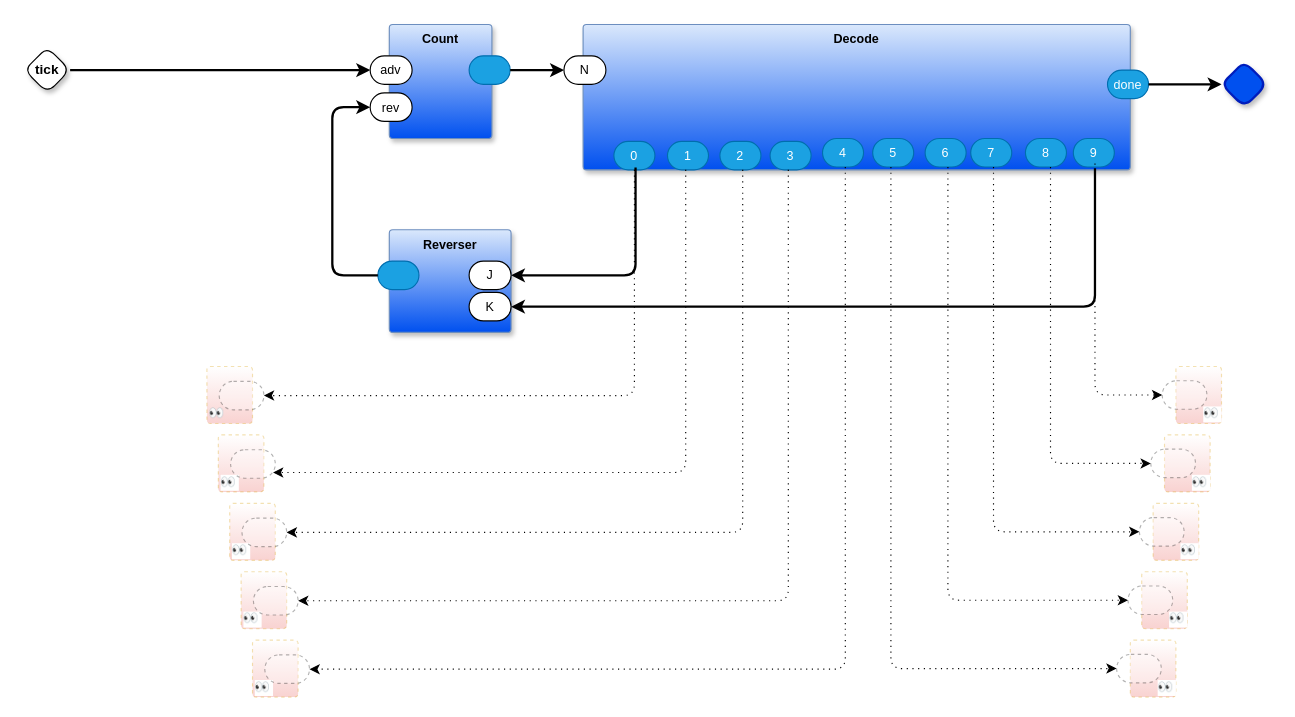
Above: page "bulk" (2 of 2) of larsen/scanner3/scanner3.drawio in guitarvydas/pong1d (draw.io), before the change. Source tidied: cells renumbered, new cells numbered last; positions are measured from the earlier drawing's top-left corner, leaving out a move shared by most shapes. Both pictures are drawn from the tidied source at 114%, with x=0, y=0 at pixel (24, 24).
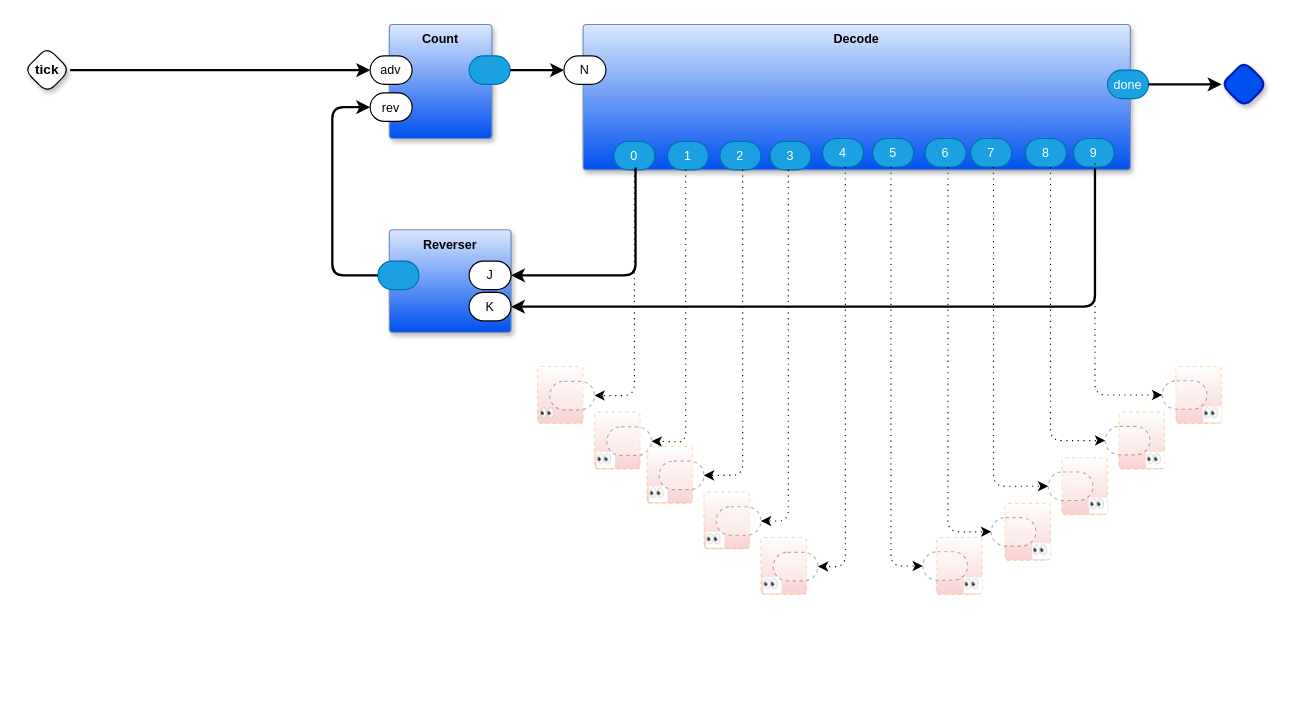
Above is the later version.

Unchanged cells that the change refers to:
```xml
<mxCell id="15" value="8" style="rounded=1;whiteSpace=wrap;html=1;sketch=0;points=[[0,0.5,0,0,0],[1,0.5,0,0,0]];fillColor=#1ba1e2;fontColor=#ffffff;strokeColor=#006EAF;arcSize=50;fontFamily=Helvetica;fontSize=11;" parent="13" vertex="1">
  <mxGeometry x="388" y="100" width="36" height="25" as="geometry" />
</mxCell>
<mxCell id="17" value="7" style="rounded=1;whiteSpace=wrap;html=1;sketch=0;points=[[0,0.5,0,0,0],[1,0.5,0,0,0]];fillColor=#1ba1e2;fontColor=#ffffff;strokeColor=#006EAF;arcSize=50;fontFamily=Helvetica;fontSize=11;" parent="13" vertex="1">
  <mxGeometry x="340" y="100" width="36" height="25" as="geometry" />
</mxCell>
<mxCell id="18" value="6" style="rounded=1;whiteSpace=wrap;html=1;sketch=0;points=[[0,0.5,0,0,0],[1,0.5,0,0,0]];fillColor=#1ba1e2;fontColor=#ffffff;strokeColor=#006EAF;arcSize=50;fontFamily=Helvetica;fontSize=11;" parent="13" vertex="1">
  <mxGeometry x="300" y="100" width="36" height="25" as="geometry" />
</mxCell>
<mxCell id="19" value="5" style="rounded=1;whiteSpace=wrap;html=1;sketch=0;points=[[0,0.5,0,0,0],[1,0.5,0,0,0]];fillColor=#1ba1e2;fontColor=#ffffff;strokeColor=#006EAF;arcSize=50;fontFamily=Helvetica;fontSize=11;" parent="13" vertex="1">
  <mxGeometry x="254" y="100" width="36" height="25" as="geometry" />
</mxCell>
<mxCell id="20" value="4" style="rounded=1;whiteSpace=wrap;html=1;sketch=0;points=[[0,0.5,0,0,0],[1,0.5,0,0,0]];fillColor=#1ba1e2;fontColor=#ffffff;strokeColor=#006EAF;arcSize=50;fontFamily=Helvetica;fontSize=11;" parent="13" vertex="1">
  <mxGeometry x="210" y="100" width="36" height="25" as="geometry" />
</mxCell>
<mxCell id="21" value="3" style="rounded=1;whiteSpace=wrap;html=1;sketch=0;points=[[0,0.5,0,0,0],[1,0.5,0,0,0]];fillColor=#1ba1e2;fontColor=#ffffff;strokeColor=#006EAF;arcSize=50;fontFamily=Helvetica;fontSize=11;" parent="13" vertex="1">
  <mxGeometry x="164" y="102.5" width="36" height="25" as="geometry" />
</mxCell>
<mxCell id="22" value="2" style="rounded=1;whiteSpace=wrap;html=1;sketch=0;points=[[0,0.5,0,0,0],[1,0.5,0,0,0]];fillColor=#1ba1e2;fontColor=#ffffff;strokeColor=#006EAF;arcSize=50;fontFamily=Helvetica;fontSize=11;" parent="13" vertex="1">
  <mxGeometry x="120" y="102.5" width="36" height="25" as="geometry" />
</mxCell>
<mxCell id="23" value="1" style="rounded=1;whiteSpace=wrap;html=1;sketch=0;points=[[0,0.5,0,0,0],[1,0.5,0,0,0]];fillColor=#1ba1e2;fontColor=#ffffff;strokeColor=#006EAF;arcSize=50;fontFamily=Helvetica;fontSize=11;" parent="13" vertex="1">
  <mxGeometry x="74" y="102.5" width="36" height="25" as="geometry" />
</mxCell>
<mxCell id="33" style="rounded=1;whiteSpace=wrap;html=1;sketch=0;points=[[0,0.5,0,0,0],[1,0.5,0,0,0]];arcSize=50;fontFamily=Helvetica;fontSize=11;fontColor=default;dashed=1;textOpacity=50;opacity=30;fontStyle=0;labelBackgroundColor=default;" parent="32" vertex="1">
  <mxGeometry x="-12" y="12.5" width="39.2" height="25" as="geometry" />
</mxCell>
<mxCell id="35" style="rounded=1;whiteSpace=wrap;html=1;sketch=0;points=[[0,0.5,0,0,0],[1,0.5,0,0,0]];arcSize=50;fontFamily=Helvetica;fontSize=11;fontColor=default;dashed=1;textOpacity=50;opacity=30;fontStyle=0;labelBackgroundColor=default;" parent="34" vertex="1">
  <mxGeometry x="-12" y="12.5" width="39.2" height="25" as="geometry" />
</mxCell>
<mxCell id="37" style="rounded=1;whiteSpace=wrap;html=1;sketch=0;points=[[0,0.5,0,0,0],[1,0.5,0,0,0]];arcSize=50;fontFamily=Helvetica;fontSize=11;fontColor=default;dashed=1;textOpacity=50;opacity=30;fontStyle=0;labelBackgroundColor=default;" parent="36" vertex="1">
  <mxGeometry x="-12" y="12.5" width="39.2" height="25" as="geometry" />
</mxCell>
<mxCell id="39" style="rounded=1;whiteSpace=wrap;html=1;sketch=0;points=[[0,0.5,0,0,0],[1,0.5,0,0,0]];arcSize=50;fontFamily=Helvetica;fontSize=11;fontColor=default;dashed=1;textOpacity=50;opacity=30;fontStyle=0;labelBackgroundColor=default;" parent="38" vertex="1">
  <mxGeometry x="-12" y="12.5" width="39.2" height="25" as="geometry" />
</mxCell>
<mxCell id="47" style="rounded=1;whiteSpace=wrap;html=1;sketch=0;points=[[0,0.5,0,0,0],[1,0.5,0,0,0]];arcSize=50;fontFamily=Helvetica;fontSize=11;fontColor=default;dashed=1;textOpacity=50;opacity=30;fontStyle=0;labelBackgroundColor=default;" parent="46" vertex="1">
  <mxGeometry x="10.8" y="13" width="39.2" height="25" as="geometry" />
</mxCell>
<mxCell id="49" style="rounded=1;whiteSpace=wrap;html=1;sketch=0;points=[[0,0.5,0,0,0],[1,0.5,0,0,0]];arcSize=50;fontFamily=Helvetica;fontSize=11;fontColor=default;dashed=1;textOpacity=50;opacity=30;fontStyle=0;labelBackgroundColor=default;" parent="48" vertex="1">
  <mxGeometry x="10.8" y="13" width="39.2" height="25" as="geometry" />
</mxCell>
<mxCell id="51" style="rounded=1;whiteSpace=wrap;html=1;sketch=0;points=[[0,0.5,0,0,0],[1,0.5,0,0,0]];arcSize=50;fontFamily=Helvetica;fontSize=11;fontColor=default;dashed=1;textOpacity=50;opacity=30;fontStyle=0;labelBackgroundColor=default;" parent="50" vertex="1">
  <mxGeometry x="10.8" y="13" width="39.2" height="25" as="geometry" />
</mxCell>
<mxCell id="53" style="rounded=1;whiteSpace=wrap;html=1;sketch=0;points=[[0,0.5,0,0,0],[1,0.5,0,0,0]];arcSize=50;fontFamily=Helvetica;fontSize=11;fontColor=default;dashed=1;textOpacity=50;opacity=30;fontStyle=0;labelBackgroundColor=default;" parent="52" vertex="1">
  <mxGeometry x="10.8" y="13" width="39.2" height="25" as="geometry" />
</mxCell>
```

Diff of the diagram source:
```diff
@@
     <mxCell id="32" value="👀" style="rounded=1;sketch=0;verticalAlign=bottom;arcSize=6;fontStyle=0;absoluteArcSize=1;shadow=0;strokeColor=#d79b00;fillColor=#FFFFFF;fontFamily=Helvetica;fontSize=11;dashed=1;opacity=30;align=right;gradientColor=#EA6B66;fontColor=default;labelBackgroundColor=default;" parent="1" vertex="1">
-      <mxGeometry x="1000" y="360" width="40" height="50" as="geometry" />
+      <mxGeometry x="960" y="340" width="40" height="50" as="geometry" />
     </mxCell>
@@
     <mxCell id="34" value="👀" style="rounded=1;sketch=0;verticalAlign=bottom;arcSize=6;fontStyle=0;absoluteArcSize=1;shadow=0;strokeColor=#d79b00;fillColor=#FFFFFF;fontFamily=Helvetica;fontSize=11;dashed=1;opacity=30;align=right;gradientColor=#EA6B66;fontColor=default;labelBackgroundColor=default;" parent="1" vertex="1">
-      <mxGeometry x="990" y="420" width="40" height="50" as="geometry" />
+      <mxGeometry x="910" y="380" width="40" height="50" as="geometry" />
     </mxCell>
@@
     <mxCell id="36" value="👀" style="rounded=1;sketch=0;verticalAlign=bottom;arcSize=6;fontStyle=0;absoluteArcSize=1;shadow=0;strokeColor=#d79b00;fillColor=#FFFFFF;fontFamily=Helvetica;fontSize=11;dashed=1;opacity=30;align=right;gradientColor=#EA6B66;fontColor=default;labelBackgroundColor=default;" parent="1" vertex="1">
-      <mxGeometry x="980" y="480" width="40" height="50" as="geometry" />
+      <mxGeometry x="860" y="420" width="40" height="50" as="geometry" />
     </mxCell>
@@
     <mxCell id="38" value="👀" style="rounded=1;sketch=0;verticalAlign=bottom;arcSize=6;fontStyle=0;absoluteArcSize=1;shadow=0;strokeColor=#d79b00;fillColor=#FFFFFF;fontFamily=Helvetica;fontSize=11;dashed=1;opacity=30;align=right;gradientColor=#EA6B66;fontColor=default;labelBackgroundColor=default;" parent="1" vertex="1">
-      <mxGeometry x="970" y="540" width="40" height="50" as="geometry" />
+      <mxGeometry x="800" y="450" width="40" height="50" as="geometry" />
     </mxCell>
@@
     <mxCell id="40" value="👀" style="rounded=1;sketch=0;verticalAlign=bottom;arcSize=6;fontStyle=0;absoluteArcSize=1;shadow=0;strokeColor=#d79b00;fillColor=#FFFFFF;fontFamily=Helvetica;fontSize=11;dashed=1;opacity=30;align=left;gradientColor=#EA6B66;fontColor=default;labelBackgroundColor=none;" parent="1" vertex="1">
-      <mxGeometry x="160" y="300" width="40" height="50" as="geometry" />
+      <mxGeometry x="450" y="300" width="40" height="50" as="geometry" />
     </mxCell>
@@
     <mxCell id="42" style="edgeStyle=orthogonalEdgeStyle;shape=connector;curved=0;rounded=1;jettySize=auto;html=1;entryX=0;entryY=0.5;entryDx=0;entryDy=0;entryPerimeter=0;dashed=1;dashPattern=1 4;strokeColor=default;strokeWidth=1;align=center;verticalAlign=middle;fontFamily=Helvetica;fontSize=11;fontColor=default;labelBackgroundColor=default;endArrow=classic;" parent="1" edge="1" source="15" target="33">
       <mxGeometry relative="1" as="geometry">
         <Array as="points">
-          <mxPoint x="900" y="385" />
+          <mxPoint x="900" y="365" />
         </Array>
       </mxGeometry>
     </mxCell>
     <mxCell id="43" style="edgeStyle=orthogonalEdgeStyle;shape=connector;curved=0;rounded=1;jettySize=auto;html=1;entryX=0;entryY=0.5;entryDx=0;entryDy=0;entryPerimeter=0;dashed=1;dashPattern=1 4;strokeColor=default;strokeWidth=1;align=center;verticalAlign=middle;fontFamily=Helvetica;fontSize=11;fontColor=default;labelBackgroundColor=default;endArrow=classic;" parent="1" edge="1" source="17" target="35">
       <mxGeometry relative="1" as="geometry">
         <Array as="points">
-          <mxPoint x="850" y="445" />
+          <mxPoint x="850" y="405" />
         </Array>
       </mxGeometry>
     </mxCell>
     <mxCell id="44" style="edgeStyle=orthogonalEdgeStyle;shape=connector;curved=0;rounded=1;jettySize=auto;html=1;entryX=0;entryY=0.5;entryDx=0;entryDy=0;entryPerimeter=0;dashed=1;dashPattern=1 4;strokeColor=default;strokeWidth=1;align=center;verticalAlign=middle;fontFamily=Helvetica;fontSize=11;fontColor=default;labelBackgroundColor=default;endArrow=classic;" parent="1" edge="1" source="18" target="37">
       <mxGeometry relative="1" as="geometry">
         <Array as="points">
-          <mxPoint x="810" y="505" />
+          <mxPoint x="810" y="445" />
         </Array>
       </mxGeometry>
     </mxCell>
     <mxCell id="45" style="edgeStyle=orthogonalEdgeStyle;shape=connector;curved=0;rounded=1;jettySize=auto;html=1;entryX=0;entryY=0.5;entryDx=0;entryDy=0;entryPerimeter=0;dashed=1;dashPattern=1 4;strokeColor=default;strokeWidth=1;align=center;verticalAlign=middle;fontFamily=Helvetica;fontSize=11;fontColor=default;labelBackgroundColor=default;endArrow=classic;" parent="1" edge="1" source="19" target="39">
       <mxGeometry relative="1" as="geometry">
         <Array as="points">
-          <mxPoint x="760" y="565" />
+          <mxPoint x="760" y="475" />
         </Array>
       </mxGeometry>
     </mxCell>
     <mxCell id="46" value="👀" style="rounded=1;sketch=0;verticalAlign=bottom;arcSize=6;fontStyle=0;absoluteArcSize=1;shadow=0;strokeColor=#d79b00;fillColor=#FFFFFF;fontFamily=Helvetica;fontSize=11;dashed=1;opacity=30;align=left;gradientColor=#EA6B66;fontColor=default;labelBackgroundColor=default;" parent="1" vertex="1">
-      <mxGeometry x="170" y="360" width="40" height="50" as="geometry" />
+      <mxGeometry x="500" y="340" width="40" height="50" as="geometry" />
     </mxCell>
@@
     <mxCell id="48" value="👀" style="rounded=1;sketch=0;verticalAlign=bottom;arcSize=6;fontStyle=0;absoluteArcSize=1;shadow=0;strokeColor=#d79b00;fillColor=#FFFFFF;fontFamily=Helvetica;fontSize=11;dashed=1;opacity=30;align=left;gradientColor=#EA6B66;fontColor=default;labelBackgroundColor=default;" parent="1" vertex="1">
-      <mxGeometry x="180" y="420" width="40" height="50" as="geometry" />
+      <mxGeometry x="546" y="370" width="40" height="50" as="geometry" />
     </mxCell>
@@
     <mxCell id="50" value="👀" style="rounded=1;sketch=0;verticalAlign=bottom;arcSize=6;fontStyle=0;absoluteArcSize=1;shadow=0;strokeColor=#d79b00;fillColor=#FFFFFF;fontFamily=Helvetica;fontSize=11;dashed=1;opacity=30;align=left;gradientColor=#EA6B66;fontColor=default;labelBackgroundColor=default;" parent="1" vertex="1">
-      <mxGeometry x="190" y="480" width="40" height="50" as="geometry" />
+      <mxGeometry x="596" y="410" width="40" height="50" as="geometry" />
     </mxCell>
@@
     <mxCell id="52" value="👀" style="rounded=1;sketch=0;verticalAlign=bottom;arcSize=6;fontStyle=0;absoluteArcSize=1;shadow=0;strokeColor=#d79b00;fillColor=#FFFFFF;fontFamily=Helvetica;fontSize=11;dashed=1;opacity=30;align=left;gradientColor=#EA6B66;fontColor=default;labelBackgroundColor=default;" parent="1" vertex="1">
-      <mxGeometry x="200" y="540" width="40" height="50" as="geometry" />
+      <mxGeometry x="646" y="450" width="40" height="50" as="geometry" />
     </mxCell>
@@
-    <mxCell id="55" style="edgeStyle=orthogonalEdgeStyle;shape=connector;curved=0;rounded=1;jettySize=auto;html=1;entryX=0.949;entryY=0.8;entryDx=0;entryDy=0;entryPerimeter=0;dashed=1;dashPattern=1 4;strokeColor=default;strokeWidth=1;align=center;verticalAlign=middle;fontFamily=Helvetica;fontSize=11;fontColor=default;labelBackgroundColor=default;endArrow=classic;" parent="1" edge="1" source="23" target="47">
+    <mxCell id="55" style="edgeStyle=orthogonalEdgeStyle;shape=connector;curved=0;rounded=1;jettySize=auto;html=1;dashed=1;dashPattern=1 4;strokeColor=default;strokeWidth=1;align=center;verticalAlign=middle;fontFamily=Helvetica;fontSize=11;fontColor=default;labelBackgroundColor=default;endArrow=classic;entryX=1;entryY=0.5;entryDx=0;entryDy=0;entryPerimeter=0;" parent="1" edge="1" source="23" target="47">
       <mxGeometry relative="1" as="geometry">
         <Array as="points">
-          <mxPoint x="580" y="393" />
+          <mxPoint x="580" y="366" />
+          <mxPoint x="570" y="366" />
         </Array>
       </mxGeometry>
     </mxCell>
     <mxCell id="56" style="edgeStyle=orthogonalEdgeStyle;shape=connector;curved=0;rounded=1;jettySize=auto;html=1;entryX=1;entryY=0.5;entryDx=0;entryDy=0;entryPerimeter=0;dashed=1;dashPattern=1 4;strokeColor=default;strokeWidth=1;align=center;verticalAlign=middle;fontFamily=Helvetica;fontSize=11;fontColor=default;labelBackgroundColor=default;endArrow=classic;" parent="1" edge="1" source="22" target="49">
       <mxGeometry relative="1" as="geometry">
         <Array as="points">
-          <mxPoint x="630" y="446" />
+          <mxPoint x="630" y="396" />
         </Array>
       </mxGeometry>
     </mxCell>
     <mxCell id="57" style="edgeStyle=orthogonalEdgeStyle;shape=connector;curved=0;rounded=1;jettySize=auto;html=1;entryX=1;entryY=0.5;entryDx=0;entryDy=0;entryPerimeter=0;dashed=1;dashPattern=1 4;strokeColor=default;strokeWidth=1;align=center;verticalAlign=middle;fontFamily=Helvetica;fontSize=11;fontColor=default;labelBackgroundColor=default;endArrow=classic;" parent="1" edge="1" source="21" target="51">
       <mxGeometry relative="1" as="geometry">
         <Array as="points">
-          <mxPoint x="670" y="506" />
+          <mxPoint x="670" y="436" />
         </Array>
       </mxGeometry>
     </mxCell>
     <mxCell id="58" style="edgeStyle=orthogonalEdgeStyle;shape=connector;curved=0;rounded=1;jettySize=auto;html=1;entryX=1;entryY=0.5;entryDx=0;entryDy=0;entryPerimeter=0;dashed=1;dashPattern=1 4;strokeColor=default;strokeWidth=1;align=center;verticalAlign=middle;fontFamily=Helvetica;fontSize=11;fontColor=default;labelBackgroundColor=default;endArrow=classic;" parent="1" edge="1" source="20" target="53">
       <mxGeometry relative="1" as="geometry">
         <Array as="points">
-          <mxPoint x="720" y="566" />
+          <mxPoint x="720" y="476" />
         </Array>
       </mxGeometry>
     </mxCell>
```
